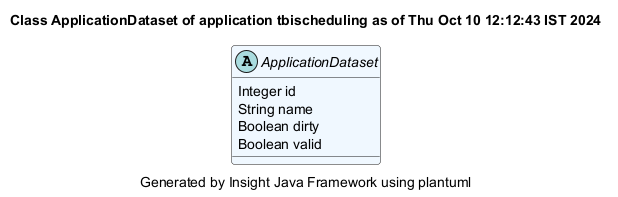
Earlier version of the PlantUML export demonstrator/tbischeduling/site/plantuml/ApplicationDataset.png (hsimonis/schedulingtraining).
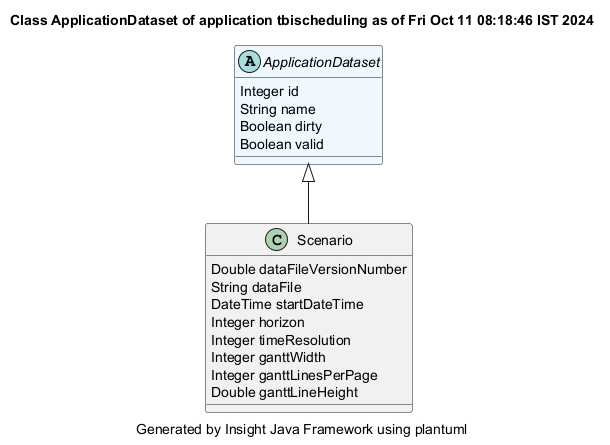
Later version of the same file.

The edit, as a diff of the source:
```diff
@@ -1,5 +1,5 @@
 @startuml
-title Class ApplicationDataset of application tbischeduling as of Thu Oct 10 12:12:43 IST 2024
+title Class ApplicationDataset of application tbischeduling as of Fri Oct 11 08:18:46 IST 2024
 caption Generated by Insight Java Framework using plantuml
 abstract ApplicationDataset #aliceblue
 ApplicationDataset : Integer id
@@ -7,4 +7,15 @@
 ApplicationDataset : Boolean dirty
 ApplicationDataset : Boolean valid
 
+class Scenario
+Scenario : Double dataFileVersionNumber
+Scenario : String dataFile
+Scenario : DateTime startDateTime
+Scenario : Integer horizon
+Scenario : Integer timeResolution
+Scenario : Integer ganttWidth
+Scenario : Integer ganttLinesPerPage
+Scenario : Double ganttLineHeight
+
+ApplicationDataset <|-- Scenario
 @enduml
```
